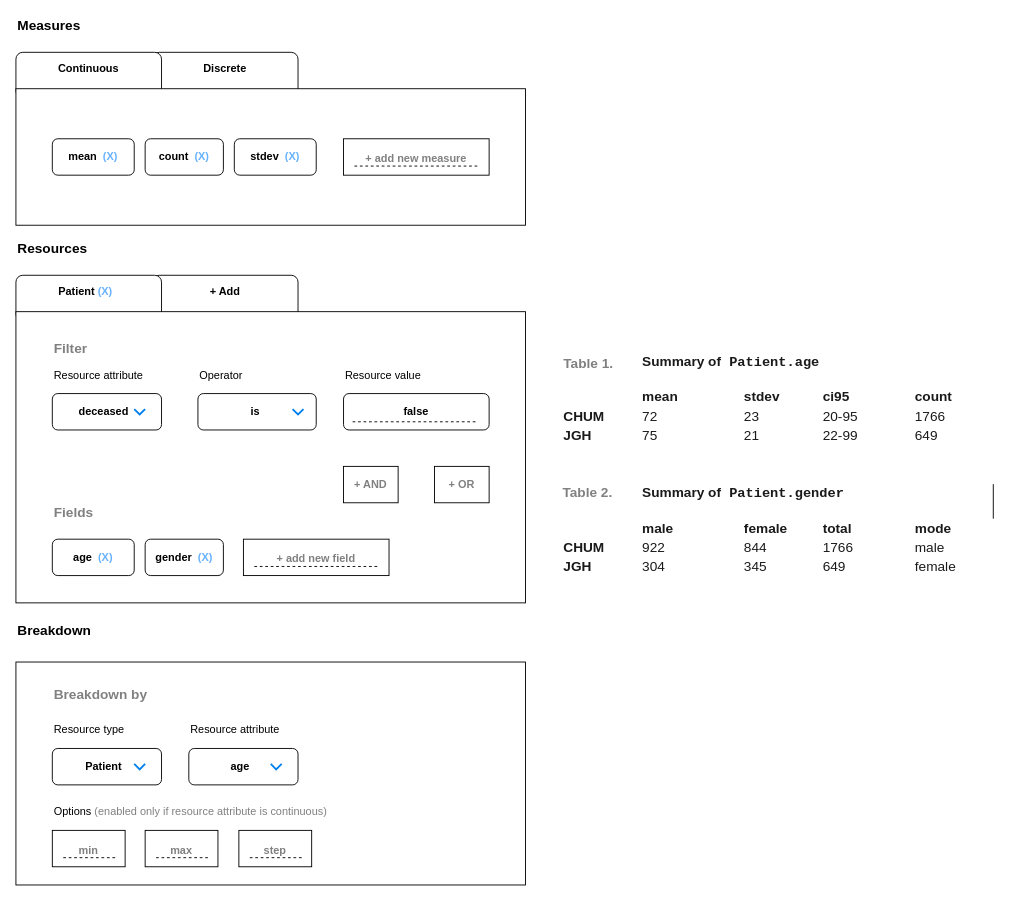
CODA-19/coda19-documentation keeps this draw.io diagram as graphs/dashboard-stats.drawio. Above is the earlier version. Source tidied: cells renumbered, new cells numbered last; positions are measured from the earlier drawing's top-left corner, leaving out a move shared by most shapes. Both pictures are drawn from the tidied source at 91%, with x=0, y=0 at pixel (15, 15).
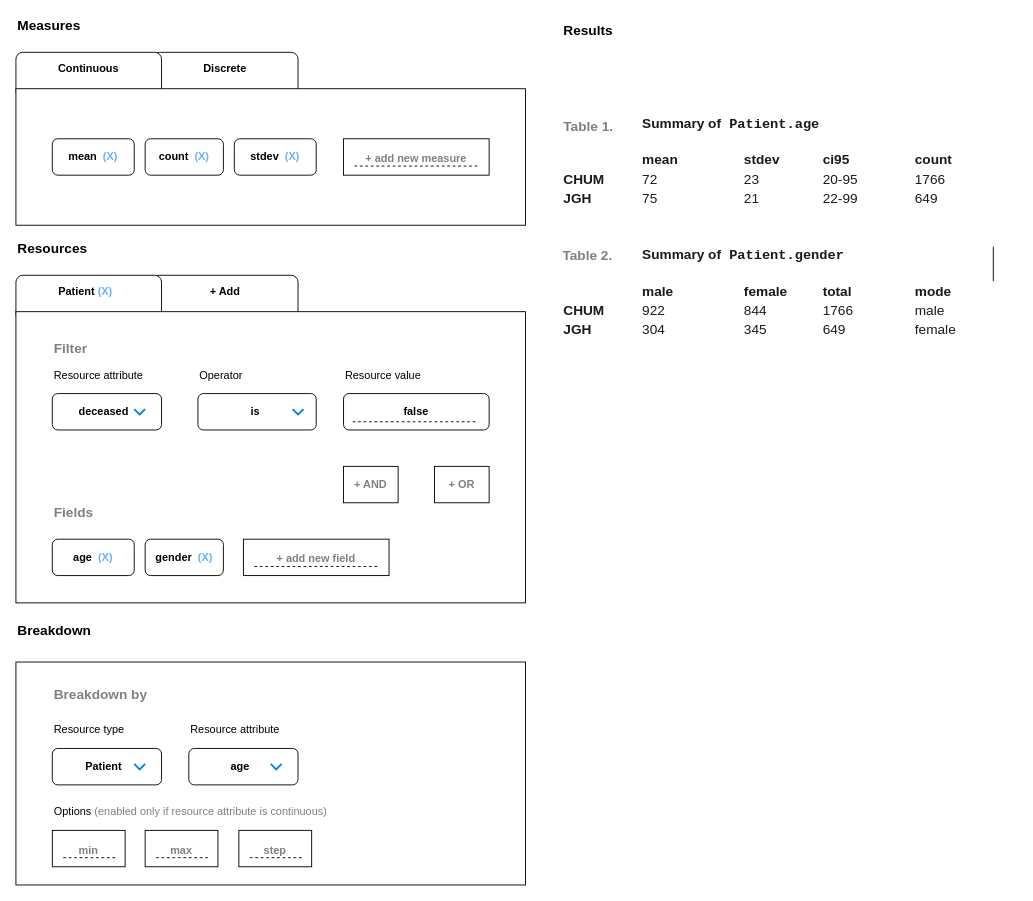
After the change.

Change to the diagram source:
```diff
@@
     <mxCell id="48" value="&lt;br&gt;&lt;br&gt;&lt;br&gt;&lt;table border=&quot;0&quot; cellpadding=&quot;0&quot; cellspacing=&quot;0&quot; width=&quot;474&quot; style=&quot;border-collapse: collapse ; width: 355pt ; font-size: 12px&quot;&gt;&lt;colgroup&gt;&lt;col width=&quot;87&quot; style=&quot;width: 65pt&quot;&gt;&lt;/colgroup&gt;&lt;colgroup&gt;&lt;col width=&quot;112&quot; style=&quot;width: 84pt&quot;&gt;&lt;/colgroup&gt;&lt;colgroup&gt;&lt;col width=&quot;87&quot; style=&quot;width: 65pt&quot;&gt;&lt;/colgroup&gt;&lt;colgroup&gt;&lt;col width=&quot;101&quot; style=&quot;width: 76pt&quot;&gt;&lt;/colgroup&gt;&lt;colgroup&gt;&lt;col width=&quot;87&quot; style=&quot;width: 65pt&quot;&gt;&lt;/colgroup&gt;&lt;tbody style=&quot;font-size: 15px&quot;&gt;&lt;tr style=&quot;height: 16.0pt&quot;&gt;&lt;td height=&quot;21&quot; class=&quot;xl65&quot; width=&quot;87&quot; style=&quot;height: 16.0pt ; width: 65pt&quot;&gt;&lt;br&gt;&lt;/td&gt;  &lt;td width=&quot;112&quot; style=&quot;width: 84pt&quot;&gt;&lt;/td&gt;  &lt;td width=&quot;87&quot; style=&quot;width: 65pt&quot;&gt;&lt;/td&gt;  &lt;td width=&quot;101&quot; style=&quot;width: 76pt&quot;&gt;&lt;/td&gt;  &lt;td width=&quot;87&quot; style=&quot;width: 65pt&quot;&gt;&lt;/td&gt; &lt;/tr&gt; &lt;tr style=&quot;height: 16.0pt&quot;&gt;  &lt;td height=&quot;21&quot; style=&quot;height: 16.0pt&quot;&gt;&lt;/td&gt;  &lt;td&gt;&lt;/td&gt;  &lt;td&gt;&lt;/td&gt;  &lt;td&gt;&lt;/td&gt;  &lt;td&gt;&lt;/td&gt; &lt;/tr&gt; &lt;tr style=&quot;height: 16.0pt&quot;&gt;  &lt;td height=&quot;21&quot; class=&quot;xl69&quot; style=&quot;text-align: center ; height: 16pt&quot;&gt;&amp;nbsp;&lt;/td&gt;  &lt;td colspan=&quot;4&quot; class=&quot;xl71&quot; style=&quot;border-left: none&quot;&gt;&lt;b&gt;Summary of&lt;font face=&quot;Courier New&quot; style=&quot;font-size: 15px&quot;&gt; Patient.age&lt;/font&gt;&lt;/b&gt;&lt;br&gt;&lt;br&gt;&lt;/td&gt; &lt;/tr&gt; &lt;tr style=&quot;height: 16.0pt&quot;&gt;  &lt;td height=&quot;21&quot; class=&quot;xl70&quot; style=&quot;height: 16.0pt&quot;&gt;&amp;nbsp;&lt;/td&gt;  &lt;td class=&quot;xl67&quot; style=&quot;border-top: none&quot;&gt;&lt;b&gt;mean&lt;/b&gt;&lt;/td&gt;  &lt;td class=&quot;xl66&quot; style=&quot;border-top: none ; border-left: none&quot;&gt;&lt;b&gt;stdev&lt;/b&gt;&lt;/td&gt;  &lt;td class=&quot;xl66&quot; style=&quot;border-top: none ; border-left: none&quot;&gt;&lt;b&gt;ci95&lt;/b&gt;&lt;/td&gt;  &lt;td class=&quot;xl66&quot; style=&quot;border-top: none ; border-left: none&quot;&gt;&lt;b&gt;count&lt;/b&gt;&lt;/td&gt; &lt;/tr&gt; &lt;tr style=&quot;height: 16.0pt&quot;&gt;  &lt;td height=&quot;21&quot; class=&quot;xl68&quot; style=&quot;height: 16.0pt&quot;&gt;&lt;b&gt;CHUM&lt;/b&gt;&lt;/td&gt;  &lt;td class=&quot;xl66&quot; style=&quot;border-top: none ; border-left: none&quot;&gt;72&lt;/td&gt;  &lt;td class=&quot;xl66&quot; style=&quot;border-top: none ; border-left: none&quot;&gt;23&lt;/td&gt;  &lt;td class=&quot;xl66&quot; style=&quot;border-top: none ; border-left: none&quot;&gt;20-95&lt;/td&gt;  &lt;td class=&quot;xl66&quot; style=&quot;border-top: none ; border-left: none&quot;&gt;1766&lt;/td&gt; &lt;/tr&gt; &lt;tr style=&quot;height: 16.0pt&quot;&gt;  &lt;td height=&quot;21&quot; class=&quot;xl66&quot; style=&quot;height: 16.0pt ; border-top: none&quot;&gt;&lt;b&gt;JGH&lt;/b&gt;&lt;/td&gt;  &lt;td class=&quot;xl66&quot; style=&quot;border-top: none ; border-left: none&quot;&gt;75&lt;/td&gt;  &lt;td class=&quot;xl66&quot; style=&quot;border-top: none ; border-left: none&quot;&gt;21&lt;/td&gt;  &lt;td class=&quot;xl66&quot; style=&quot;border-top: none ; border-left: none&quot;&gt;22-99&lt;/td&gt;  &lt;td class=&quot;xl66&quot; style=&quot;border-top: none ; border-left: none&quot;&gt;649&lt;/td&gt; &lt;/tr&gt; &lt;tr style=&quot;height: 16.0pt&quot;&gt;  &lt;td height=&quot;21&quot; style=&quot;height: 16.0pt&quot;&gt;&lt;/td&gt;  &lt;td&gt;&lt;/td&gt;  &lt;td&gt;&lt;/td&gt;  &lt;td&gt;&lt;/td&gt;  &lt;td&gt;&lt;/td&gt; &lt;/tr&gt; &lt;tr style=&quot;height: 16.0pt&quot;&gt;  &lt;td height=&quot;21&quot; style=&quot;height: 16.0pt&quot;&gt;&lt;/td&gt;  &lt;td&gt;&lt;/td&gt;  &lt;td&gt;&lt;/td&gt;  &lt;td&gt;&lt;/td&gt;  &lt;td&gt;&lt;/td&gt; &lt;/tr&gt; &lt;tr style=&quot;height: 16pt ; font-size: 17px&quot;&gt;  &lt;td height=&quot;21&quot; class=&quot;xl69&quot; style=&quot;text-align: center ; height: 16pt&quot;&gt;&amp;nbsp;&lt;/td&gt;  &lt;td colspan=&quot;4&quot; class=&quot;xl72&quot; style=&quot;border-right: 0.5pt solid black ; font-size: 15px&quot;&gt;&lt;b&gt;Summary of&lt;font face=&quot;Courier New&quot; style=&quot;font-size: 15px&quot;&gt; Patient.gender&lt;/font&gt;&lt;/b&gt;&lt;br&gt;&lt;br&gt;&lt;/td&gt; &lt;/tr&gt; &lt;tr style=&quot;height: 16.0pt&quot;&gt;  &lt;td height=&quot;21&quot; class=&quot;xl70&quot; style=&quot;height: 16.0pt&quot;&gt;&amp;nbsp;&lt;/td&gt;  &lt;td class=&quot;xl67&quot; style=&quot;border-top: none&quot;&gt;&lt;b&gt;male&lt;/b&gt;&lt;/td&gt;  &lt;td class=&quot;xl66&quot; style=&quot;border-top: none ; border-left: none&quot;&gt;&lt;b&gt;female&lt;/b&gt;&lt;/td&gt;  &lt;td class=&quot;xl66&quot; style=&quot;border-top: none ; border-left: none&quot;&gt;&lt;b&gt;total&lt;/b&gt;&lt;/td&gt;  &lt;td class=&quot;xl66&quot; style=&quot;border-top: none ; border-left: none&quot;&gt;&lt;b&gt;mode&lt;/b&gt;&lt;/td&gt; &lt;/tr&gt; &lt;tr style=&quot;height: 16.0pt&quot;&gt;  &lt;td height=&quot;21&quot; class=&quot;xl68&quot; style=&quot;height: 16.0pt&quot;&gt;&lt;b&gt;CHUM&lt;/b&gt;&lt;/td&gt;  &lt;td class=&quot;xl66&quot; style=&quot;border-top: none ; border-left: none&quot;&gt;922&lt;/td&gt;  &lt;td class=&quot;xl66&quot; style=&quot;border-top: none ; border-left: none&quot;&gt;844&lt;/td&gt;  &lt;td class=&quot;xl66&quot; style=&quot;border-top: none ; border-left: none&quot;&gt;1766&lt;/td&gt;  &lt;td class=&quot;xl66&quot; style=&quot;border-top: none ; border-left: none&quot;&gt;male&lt;/td&gt; &lt;/tr&gt; &lt;tr style=&quot;height: 16.0pt&quot;&gt;  &lt;td height=&quot;21&quot; class=&quot;xl66&quot; style=&quot;height: 16.0pt ; border-top: none&quot;&gt;&lt;b&gt;JGH&lt;/b&gt;&lt;/td&gt;  &lt;td class=&quot;xl66&quot; style=&quot;border-top: none ; border-left: none&quot;&gt;304&lt;/td&gt;  &lt;td class=&quot;xl66&quot; style=&quot;border-top: none ; border-left: none&quot;&gt;345&lt;/td&gt;  &lt;td class=&quot;xl66&quot; style=&quot;border-top: none ; border-left: none&quot;&gt;649&lt;/td&gt;  &lt;td class=&quot;xl66&quot; style=&quot;border-top: none ; border-left: none&quot;&gt;female&lt;/td&gt; &lt;/tr&gt;&lt;/tbody&gt;&lt;/table&gt;" style="text;whiteSpace=wrap;html=1;fontSize=15;verticalAlign=middle;align=left;fontColor=#1A1A1A;" parent="1" vertex="1">
-      <mxGeometry x="600" y="325" width="500" height="240" as="geometry" />
+      <mxGeometry x="600" y="64" width="500" height="240" as="geometry" />
     </mxCell>
     <mxCell id="49" value="&lt;font style=&quot;font-size: 15px&quot;&gt;&lt;b&gt;Table 1.&lt;/b&gt;&lt;/font&gt;" style="text;html=1;strokeColor=none;fillColor=none;align=left;verticalAlign=middle;whiteSpace=wrap;rounded=0;fontColor=#808080;" parent="1" vertex="1">
-      <mxGeometry x="600" y="371" width="110" height="20" as="geometry" />
+      <mxGeometry x="600" y="111" width="110" height="20" as="geometry" />
     </mxCell>
     <mxCell id="50" value="&lt;font style=&quot;font-size: 15px&quot;&gt;&lt;b&gt;Table 2.&lt;/b&gt;&lt;/font&gt;" style="text;html=1;strokeColor=none;fillColor=none;align=left;verticalAlign=middle;whiteSpace=wrap;rounded=0;fontColor=#808080;" parent="1" vertex="1">
-      <mxGeometry x="599" y="513" width="110" height="20" as="geometry" />
+      <mxGeometry x="599" y="253" width="110" height="20" as="geometry" />
     </mxCell>
+    <mxCell id="51" value="Results" style="text;html=1;strokeColor=none;fillColor=none;align=left;verticalAlign=middle;whiteSpace=wrap;rounded=0;fontStyle=1;fontSize=15;" parent="1" vertex="1">
+      <mxGeometry x="600" y="5" width="110" height="20" as="geometry" />
+    </mxCell>
```
